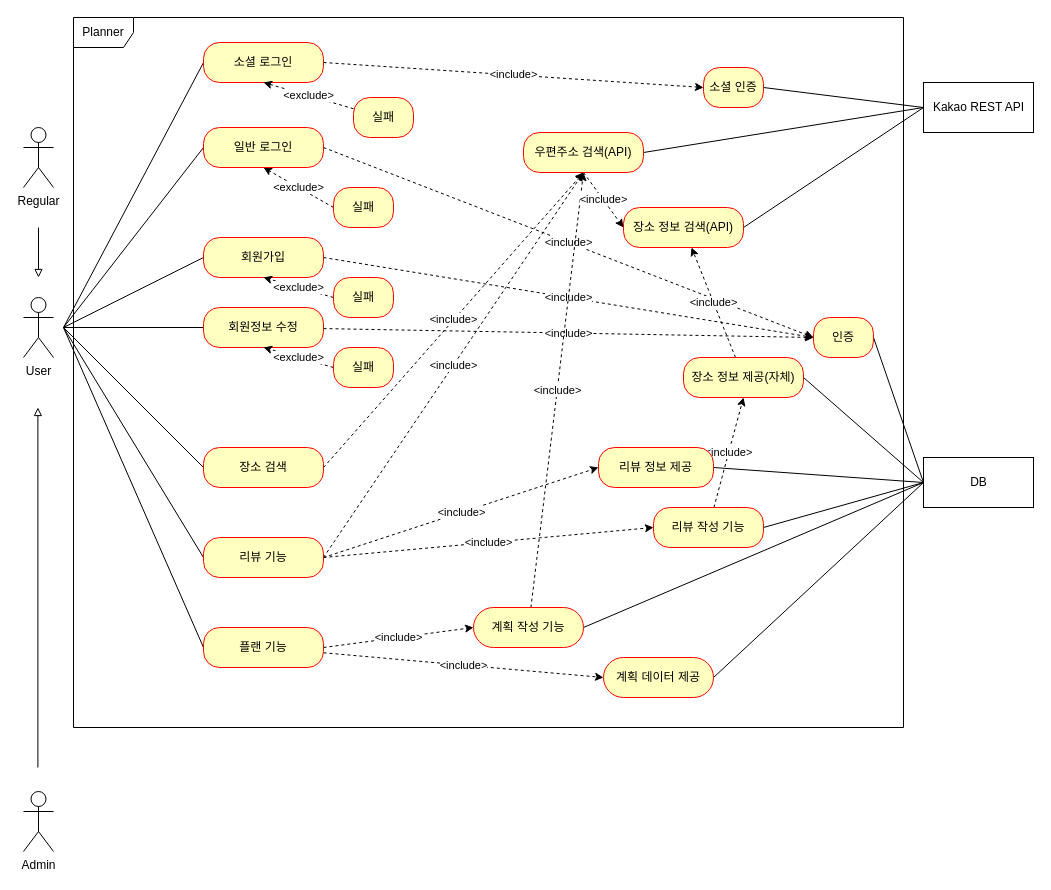
The draw.io diagram document/use-case.drawio in mrcocoball/cocoball-store, before the edit. Source tidied: cells renumbered, new cells numbered last; positions are measured from the earlier drawing's top-left corner, leaving out a move shared by most shapes. Both pictures are drawn from the tidied source at 100%, with x=0, y=0 at pixel (23, 17).
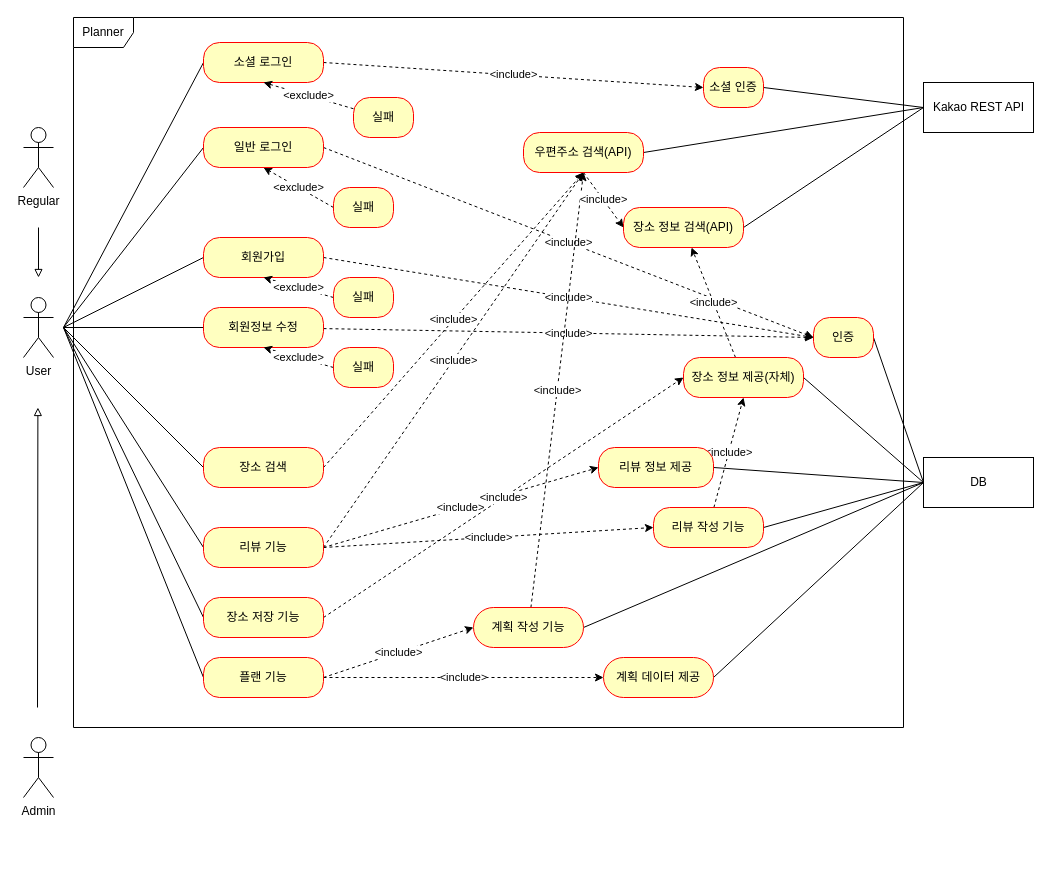
The same diagram, later.

Commit message:
#4 - use-case 업데이트

The change refers to these unchanged cells:
```xml
<mxCell id="23" value="장소 정보 제공(자체)" style="rounded=1;whiteSpace=wrap;html=1;arcSize=40;fontColor=#000000;fillColor=#ffffc0;strokeColor=#ff0000;" parent="1" vertex="1">
  <mxGeometry x="660" y="340" width="120" height="40" as="geometry" />
</mxCell>
```

The edit, as a diff of the source:
```diff
@@
+    <mxCell id="63" value="Planner" style="shape=umlFrame;whiteSpace=wrap;html=1;" parent="1" vertex="1">
+      <mxGeometry x="50" width="830" height="710" as="geometry" />
+    </mxCell>
@@
     <mxCell id="32" style="edgeStyle=none;rounded=0;orthogonalLoop=1;jettySize=auto;html=1;endArrow=block;endFill=0;" parent="1" edge="1">
       <mxGeometry relative="1" as="geometry">
-        <mxPoint x="14.4" y="750" as="sourcePoint" />
+        <mxPoint x="14" y="690" as="sourcePoint" />
         <mxPoint x="14.4" y="390" as="targetPoint" />
       </mxGeometry>
     </mxCell>
     <mxCell id="33" value="Admin" style="shape=umlActor;verticalLabelPosition=bottom;verticalAlign=top;html=1;" parent="1" vertex="1">
-      <mxGeometry y="774" width="30" height="60" as="geometry" />
+      <mxGeometry y="720" width="30" height="60" as="geometry" />
     </mxCell>
@@
     <mxCell id="38" value="리뷰 기능" style="rounded=1;whiteSpace=wrap;html=1;arcSize=40;fontColor=#000000;fillColor=#ffffc0;strokeColor=#ff0000;" parent="1" vertex="1">
-      <mxGeometry x="180" y="520" width="120" height="40" as="geometry" />
+      <mxGeometry x="180" y="510" width="120" height="40" as="geometry" />
     </mxCell>
@@
     <mxCell id="42" value="플랜 기능" style="rounded=1;whiteSpace=wrap;html=1;arcSize=40;fontColor=#000000;fillColor=#ffffc0;strokeColor=#ff0000;" parent="1" vertex="1">
-      <mxGeometry x="180" y="610" width="120" height="40" as="geometry" />
+      <mxGeometry x="180" y="640" width="120" height="40" as="geometry" />
     </mxCell>
@@
-    <mxCell id="63" value="Planner" style="shape=umlFrame;whiteSpace=wrap;html=1;" parent="1" vertex="1">
-      <mxGeometry x="50" width="830" height="710" as="geometry" />
-    </mxCell>
+    <mxCell id="64" style="rounded=0;jettySize=auto;html=1;endArrow=none;endFill=0;exitX=0;exitY=0.5;exitDx=0;exitDy=0;" parent="1" edge="1" source="66">
+      <mxGeometry relative="1" as="geometry">
+        <mxPoint x="40" y="310" as="targetPoint" />
+      </mxGeometry>
+    </mxCell>
+    <mxCell id="65" value="&amp;lt;include&amp;gt;" style="edgeStyle=none;rounded=0;jettySize=auto;html=1;entryX=0;entryY=0.5;entryDx=0;entryDy=0;endArrow=classic;endFill=1;exitX=1;exitY=0.5;exitDx=0;exitDy=0;dashed=1;" parent="1" edge="1" source="66" target="23">
+      <mxGeometry relative="1" as="geometry" />
+    </mxCell>
+    <mxCell id="66" value="장소 저장 기능" style="rounded=1;whiteSpace=wrap;html=1;arcSize=40;fontColor=#000000;fillColor=#ffffc0;strokeColor=#ff0000;" parent="1" vertex="1">
+      <mxGeometry x="180" y="580" width="120" height="40" as="geometry" />
+    </mxCell>
```
